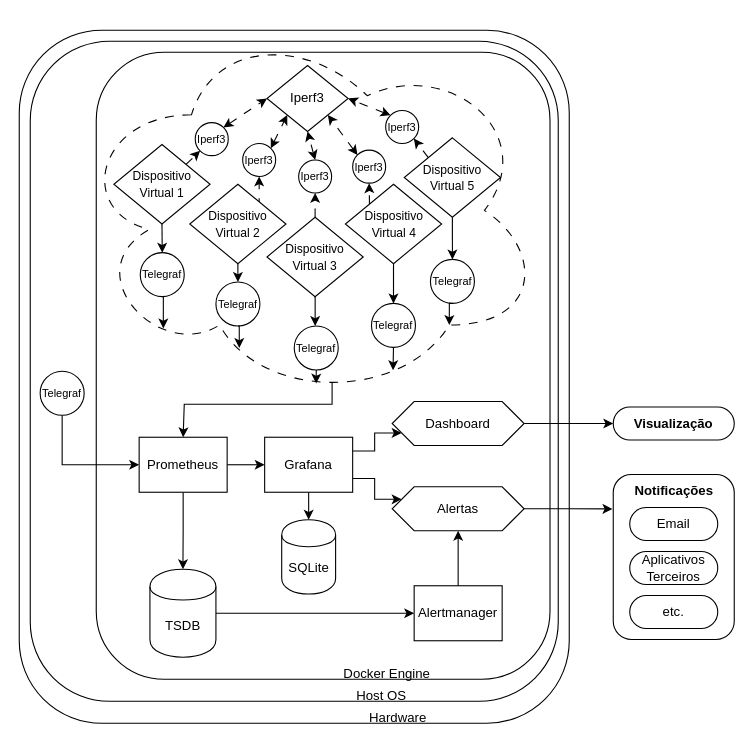
Above: texto/Diagrams/v4-prometheus/v4_diagram_all_components.drawio in vitorco7/saturmon (draw.io), before the change. Source tidied: cells renumbered, new cells numbered last; positions are measured from the earlier drawing's top-left corner, leaving out a move shared by most shapes. Both pictures are drawn from the tidied source at 110%, with x=0, y=0 at pixel (19, 19).
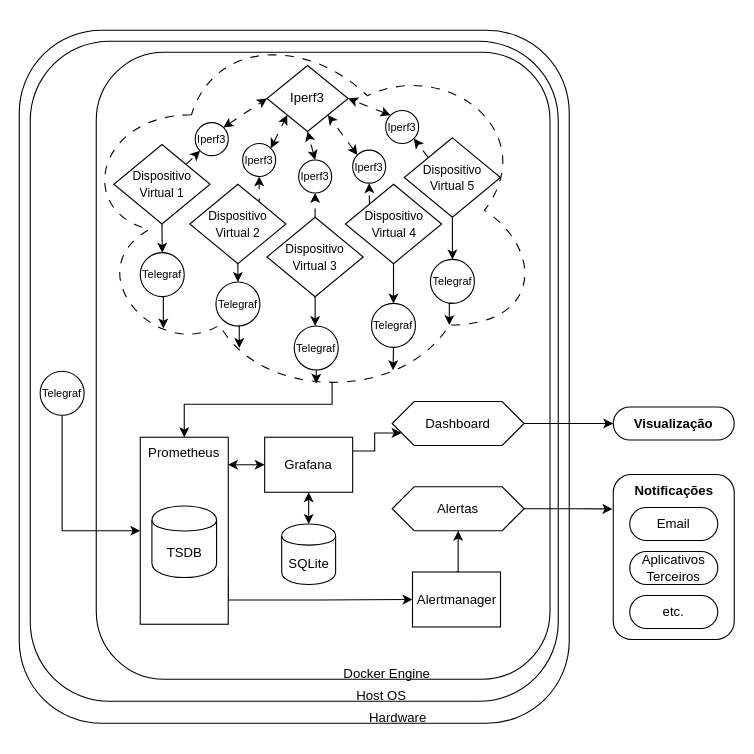
The same diagram, later.

Unchanged cells that the change refers to:
```xml
<mxCell id="13" value="&lt;div&gt;Grafana&lt;/div&gt;" style="html=1;whiteSpace=wrap;shadow=0;" parent="1" vertex="1">
  <mxGeometry x="223.1" y="380" width="80" height="50" as="geometry" />
</mxCell>
<mxCell id="17" value="&lt;div&gt;Alertas&lt;/div&gt;" style="shape=hexagon;perimeter=hexagonPerimeter2;whiteSpace=wrap;html=1;fixedSize=1;shadow=0;" parent="1" vertex="1">
  <mxGeometry x="339" y="425" width="120" height="40" as="geometry" />
</mxCell>
```

What changed in the source:
```diff
@@
+    <mxCell id="70" style="edgeStyle=orthogonalEdgeStyle;rounded=0;jettySize=auto;html=1;exitX=1;exitY=0.75;exitDx=0;exitDy=0;entryX=0;entryY=0.5;entryDx=0;entryDy=0;" parent="1" edge="1" source="9" target="57">
+      <mxGeometry relative="1" as="geometry">
+        <Array as="points">
+          <mxPoint x="190" y="528" />
+          <mxPoint x="274" y="528" />
+        </Array>
+      </mxGeometry>
+    </mxCell>
-    <mxCell id="7" style="edgeStyle=orthogonalEdgeStyle;rounded=0;jettySize=auto;html=1;exitX=1;exitY=0.5;exitDx=0;exitDy=0;entryX=0;entryY=0.5;entryDx=0;entryDy=0;shadow=0;" parent="1" edge="1" source="9" target="13">
+    <mxCell id="7" style="edgeStyle=orthogonalEdgeStyle;rounded=0;jettySize=auto;html=1;exitX=0.997;exitY=0.147;exitDx=0;exitDy=0;entryX=0;entryY=0.5;entryDx=0;entryDy=0;startArrow=classic;startFill=1;exitPerimeter=0;" parent="1" edge="1" source="9" target="13">
       <mxGeometry relative="1" as="geometry" />
     </mxCell>
-    <mxCell id="8" style="edgeStyle=orthogonalEdgeStyle;rounded=0;jettySize=auto;html=1;exitX=0.5;exitY=1;exitDx=0;exitDy=0;" parent="1" edge="1" source="9" target="15">
-      <mxGeometry relative="1" as="geometry" />
-    </mxCell>
-    <mxCell id="9" value="Prometheus" style="html=1;whiteSpace=wrap;shadow=0;" parent="1" vertex="1">
-      <mxGeometry x="109" y="380" width="80" height="50" as="geometry" />
+    <mxCell id="9" value="Prometheus" style="html=1;whiteSpace=wrap;shadow=0;verticalAlign=top;" parent="1" vertex="1">
+      <mxGeometry x="110" y="380" width="80" height="170" as="geometry" />
     </mxCell>
@@
-    <mxCell id="11" style="edgeStyle=orthogonalEdgeStyle;rounded=0;jettySize=auto;html=1;exitX=1;exitY=0.75;exitDx=0;exitDy=0;entryX=0;entryY=0.25;entryDx=0;entryDy=0;shadow=0;" parent="1" edge="1" source="13" target="17">
-      <mxGeometry relative="1" as="geometry" />
-    </mxCell>
-    <mxCell id="12" style="edgeStyle=orthogonalEdgeStyle;rounded=0;jettySize=auto;html=1;exitX=0.5;exitY=1;exitDx=0;exitDy=0;entryX=0.5;entryY=0;entryDx=0;entryDy=0;" parent="1" edge="1" source="13" target="58">
+    <mxCell id="12" style="edgeStyle=orthogonalEdgeStyle;rounded=0;jettySize=auto;html=1;exitX=0.5;exitY=1;exitDx=0;exitDy=0;entryX=0.5;entryY=0;entryDx=0;entryDy=0;startArrow=classic;startFill=1;" parent="1" edge="1" source="13" target="58">
       <mxGeometry relative="1" as="geometry" />
     </mxCell>
@@
-    <mxCell id="14" style="edgeStyle=orthogonalEdgeStyle;rounded=0;jettySize=auto;html=1;exitX=1;exitY=0.5;exitDx=0;exitDy=0;" parent="1" edge="1" source="15" target="57">
-      <mxGeometry relative="1" as="geometry" />
-    </mxCell>
     <mxCell id="15" value="TSDB" style="shape=cylinder;whiteSpace=wrap;html=1;boundedLbl=1;backgroundOutline=1;shadow=0;" parent="1" vertex="1">
-      <mxGeometry x="118.8" y="500" width="60" height="80" as="geometry" />
+      <mxGeometry x="120.6" y="442.5" width="58.8" height="65" as="geometry" />
     </mxCell>
@@
     <mxCell id="57" value="Alertmanager" style="html=1;whiteSpace=wrap;shadow=0;" parent="1" vertex="1">
-      <mxGeometry x="359" y="515" width="80" height="50" as="geometry" />
+      <mxGeometry x="357.5" y="502.5" width="80" height="50" as="geometry" />
     </mxCell>
     <mxCell id="58" value="SQLite" style="shape=cylinder;whiteSpace=wrap;html=1;boundedLbl=1;backgroundOutline=1;shadow=0;" parent="1" vertex="1">
-      <mxGeometry x="238.6" y="455" width="49" height="67.5" as="geometry" />
+      <mxGeometry x="238.6" y="458.8" width="49" height="55" as="geometry" />
     </mxCell>
```
